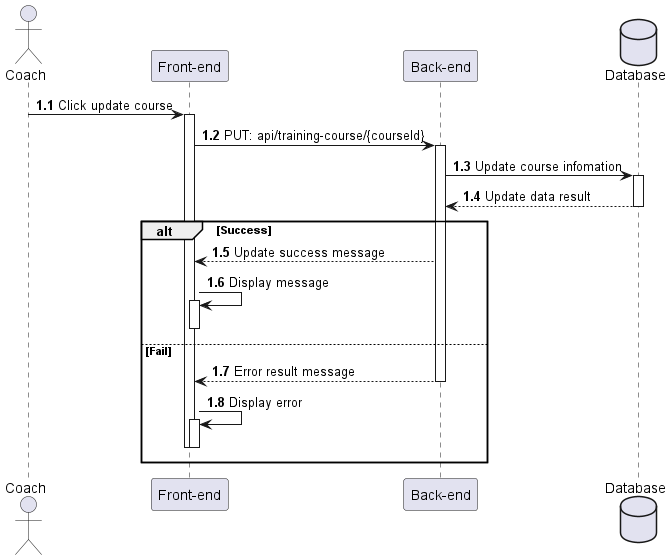
HTPhong-276/iCoaching-Diagrams keeps this PlantUML diagram as out/Sequences_diagrams/UpdateCourse/UpdateCourse.png. Above is the earlier version.
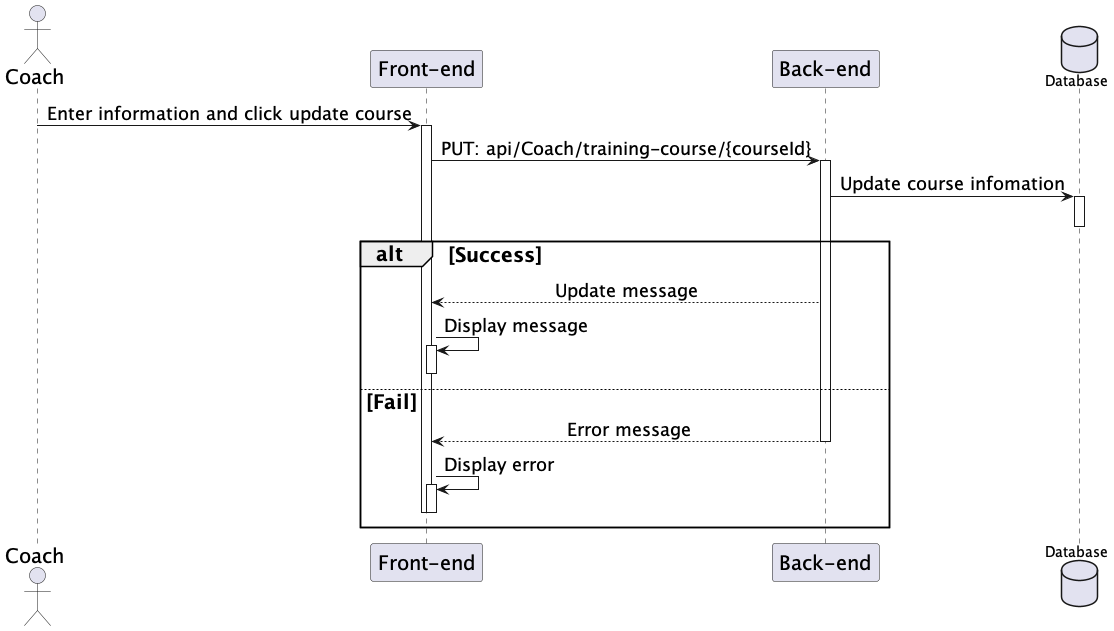
Above is the later version.

What changed in the source:
```diff
@@ -1,23 +1,29 @@
 @startuml UpdateCourse
+skinparam sequenceMessageAlign center
+skinparam sequenceGroupFontSize 20
+skinparam sequenceGroupHeaderFontSize 20
+skinparam sequence {
+    ParticipantFontSize 20
+    ActorFontSize 20
+    DatabaseFontSize 20
+    ArrowFontSize 18
+}
 actor Coach as user
 participant "Front-end" as client
 participant "Back-end" as server
 database "Database" as db
 
-autonumber 1.1 "<b>0:"
-
-user -> client++ : Click update course
-client -> server++ : PUT: api/training-course/{courseId}
+user -> client++ :Enter information and click update course
+client -> server++ : PUT: api/Coach/training-course/{courseId}
 server -> db++ : Update course infomation
-db --> server : Update data result
 deactivate
 
 alt Success
-    server --> client : Update success message
+    server --> client : Update message
     client -> client++ : Display message
     deactivate
 else Fail
-    server --> client : Error result message
+    server --> client : Error message
     deactivate
     client -> client++ : Display error
     deactivate
```
